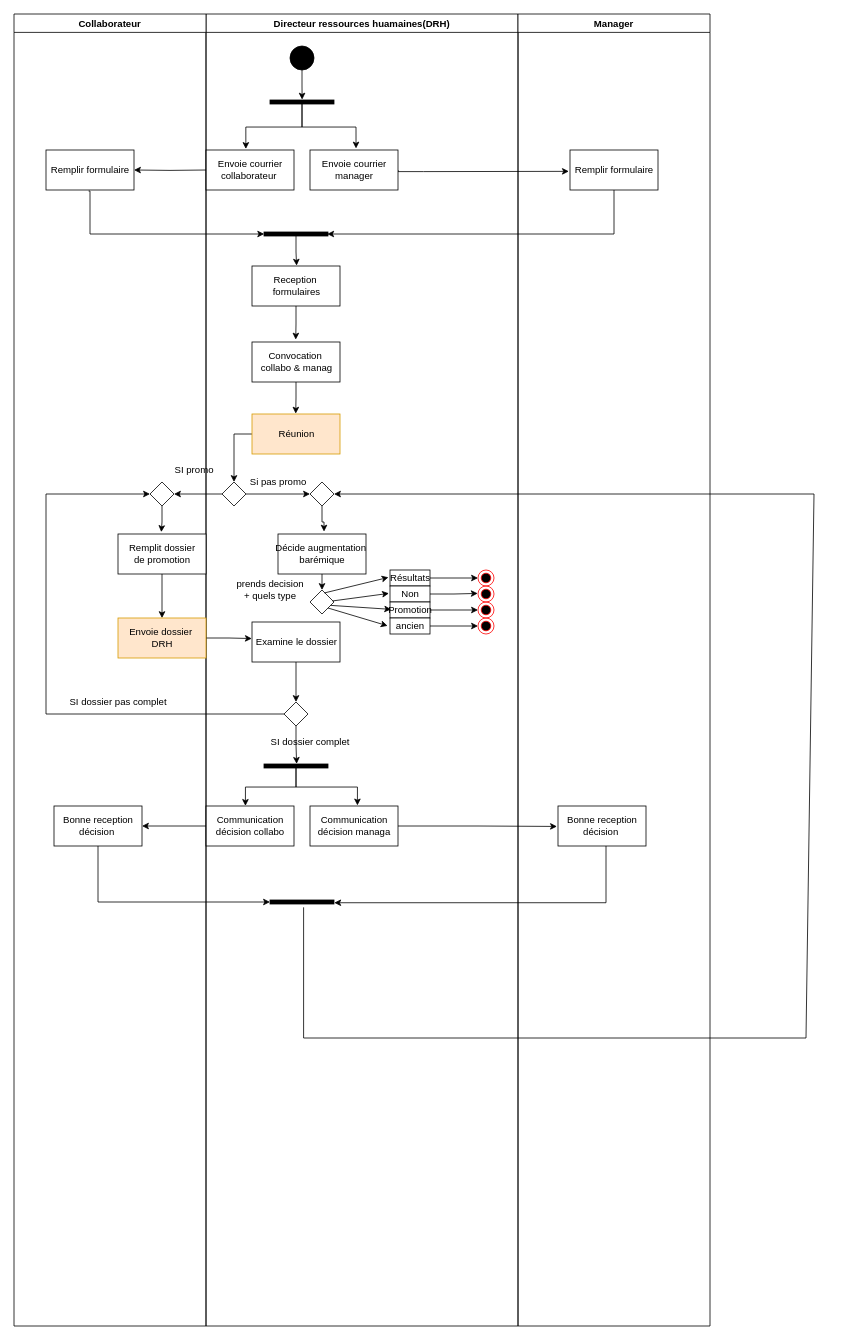
michaelnba23/Ichec keeps this draw.io diagram as page "GRH 2" (6 of 9) of Exo web AD.drawio. Above is the earlier version. Source tidied: cells renumbered, new cells numbered last; positions are measured from the earlier drawing's top-left corner, leaving out a move shared by most shapes. Both pictures are drawn from the tidied source at 80%, with x=0, y=0 at pixel (14, 14).
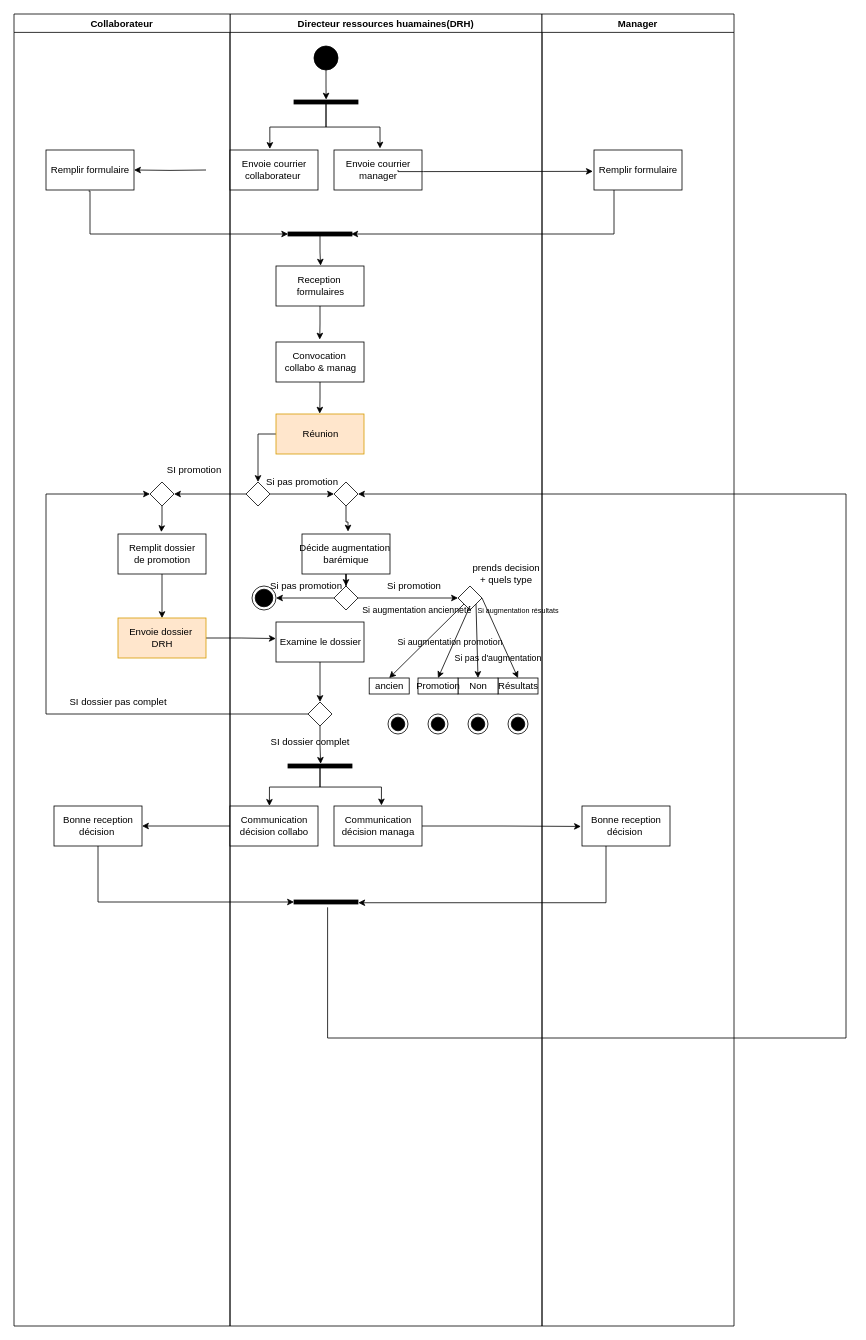
After the change.

Unchanged cells that the change refers to:
```xml
<mxCell id="21" style="html=1;points=[];perimeter=orthogonalPerimeter;fillColor=strokeColor;rotation=90;" parent="10" vertex="1">
  <mxGeometry x="110" y="235" width="5" height="80" as="geometry" />
</mxCell>
<mxCell id="30" value="Ex&lt;span style=&quot;white-space: pre;&quot;&gt;amine le dossier&lt;/span&gt;" style="html=1;" parent="10" vertex="1">
  <mxGeometry x="57.5" y="760" width="110" height="50" as="geometry" />
</mxCell>
<mxCell id="33" value="Communication&lt;br&gt;décision collabo" style="html=1;" parent="10" vertex="1">
  <mxGeometry y="990" width="110" height="50" as="geometry" />
</mxCell>
<mxCell id="34" value="Communication&lt;br&gt;décision managa" style="html=1;" parent="10" vertex="1">
  <mxGeometry x="130" y="990" width="110" height="50" as="geometry" />
</mxCell>
<mxCell id="38" style="html=1;points=[];perimeter=orthogonalPerimeter;fillColor=strokeColor;rotation=90;" parent="10" vertex="1">
  <mxGeometry x="117.5" y="1070" width="5" height="80" as="geometry" />
</mxCell>
<mxCell id="40" style="rhombus;" parent="10" vertex="1">
  <mxGeometry x="130" y="585" width="30" height="30" as="geometry" />
</mxCell>
<mxCell id="42" value="Décide augmentation&amp;nbsp;&lt;br&gt;barémique" style="html=1;" parent="10" vertex="1">
  <mxGeometry x="90" y="650" width="110" height="50" as="geometry" />
</mxCell>
<mxCell id="65" value="Remplir formulaire" style="html=1;" parent="64" vertex="1">
  <mxGeometry x="40" y="170" width="110" height="50" as="geometry" />
</mxCell>
<mxCell id="69" value="Envoie dossier&amp;nbsp;&lt;br&gt;DRH" style="html=1;fillColor=#ffe6cc;strokeColor=#d79b00;" parent="64" vertex="1">
  <mxGeometry x="130" y="755" width="110" height="50" as="geometry" />
</mxCell>
<mxCell id="73" value="Bonne reception&lt;br&gt;décision&amp;nbsp;" style="html=1;" parent="64" vertex="1">
  <mxGeometry x="50" y="990" width="110" height="50" as="geometry" />
</mxCell>
```

Diff of the diagram source:
```diff
@@
-    <mxCell id="2" style="edgeStyle=orthogonalEdgeStyle;rounded=0;jettySize=auto;html=1;entryX=0.5;entryY=1;entryDx=0;entryDy=0;entryPerimeter=0;" parent="1" edge="1" source="73" target="38">
-      <mxGeometry relative="1" as="geometry">
-        <Array as="points">
-          <mxPoint x="105" y="1110" />
-        </Array>
-      </mxGeometry>
-    </mxCell>
-    <mxCell id="3" style="edgeStyle=orthogonalEdgeStyle;rounded=0;jettySize=auto;html=1;entryX=0.687;entryY=-0.004;entryDx=0;entryDy=0;entryPerimeter=0;" parent="1" edge="1" source="63" target="38">
-      <mxGeometry relative="1" as="geometry">
-        <Array as="points">
-          <mxPoint x="740" y="1111" />
-        </Array>
-      </mxGeometry>
-    </mxCell>
-    <mxCell id="4" style="edgeStyle=orthogonalEdgeStyle;rounded=0;jettySize=auto;html=1;entryX=-0.012;entryY=0.511;entryDx=0;entryDy=0;entryPerimeter=0;" parent="1" edge="1" source="34" target="63">
-      <mxGeometry relative="1" as="geometry" />
-    </mxCell>
-    <mxCell id="5" style="edgeStyle=orthogonalEdgeStyle;rounded=0;jettySize=auto;html=1;entryX=1;entryY=0.5;entryDx=0;entryDy=0;entryPerimeter=0;" parent="1" edge="1" source="33" target="73">
-      <mxGeometry relative="1" as="geometry" />
-    </mxCell>
-    <mxCell id="6" style="edgeStyle=orthogonalEdgeStyle;rounded=0;jettySize=auto;html=1;entryX=-0.002;entryY=0.414;entryDx=0;entryDy=0;entryPerimeter=0;" parent="1" edge="1" source="69" target="30">
-      <mxGeometry relative="1" as="geometry" />
-    </mxCell>
-    <mxCell id="7" style="edgeStyle=orthogonalEdgeStyle;rounded=0;jettySize=auto;html=1;entryX=-0.013;entryY=0.534;entryDx=0;entryDy=0;entryPerimeter=0;" parent="1" edge="1" target="62">
-      <mxGeometry relative="1" as="geometry">
-        <mxPoint x="480" y="195" as="sourcePoint" />
-        <Array as="points">
-          <mxPoint x="480" y="197" />
-          <mxPoint x="512" y="197" />
-        </Array>
-      </mxGeometry>
-    </mxCell>
-    <mxCell id="8" style="edgeStyle=orthogonalEdgeStyle;rounded=0;jettySize=auto;html=1;entryX=1;entryY=0.5;entryDx=0;entryDy=0;entryPerimeter=0;" parent="1" edge="1" target="65">
-      <mxGeometry relative="1" as="geometry">
-        <mxPoint x="240" y="195" as="sourcePoint" />
-      </mxGeometry>
-    </mxCell>
-    <mxCell id="9" style="edgeStyle=orthogonalEdgeStyle;rounded=0;jettySize=auto;html=1;entryX=0.5;entryY=0.012;entryDx=0;entryDy=0;entryPerimeter=0;" parent="1" edge="1" source="62" target="21">
-      <mxGeometry relative="1" as="geometry">
-        <Array as="points">
-          <mxPoint x="750" y="275" />
-        </Array>
-      </mxGeometry>
-    </mxCell>
     <mxCell id="10" value="Directeur ressources huamaines(DRH)" style="swimlane;" parent="1" vertex="1">
-      <mxGeometry x="240" width="390" height="1640" as="geometry" />
+      <mxGeometry x="270" width="390" height="1640" as="geometry" />
     </mxCell>
@@
-    <mxCell id="28" value="Si pas promo" style="text;html=1;align=center;verticalAlign=middle;strokeColor=none;fillColor=none;" parent="10" vertex="1">
-      <mxGeometry x="45" y="570" width="90" height="30" as="geometry" />
+    <mxCell id="28" value="Si pas promotion" style="text;html=1;align=center;verticalAlign=middle;strokeColor=none;fillColor=none;" parent="10" vertex="1">
+      <mxGeometry x="35" y="570" width="110" height="30" as="geometry" />
     </mxCell>
@@
-    <mxCell id="41" style="edgeStyle=orthogonalEdgeStyle;rounded=0;jettySize=auto;html=1;entryX=0.521;entryY=-0.029;entryDx=0;entryDy=0;entryPerimeter=0;" parent="10" edge="1" source="42" target="44">
-      <mxGeometry relative="1" as="geometry" />
-    </mxCell>
+    <mxCell id="79" style="edgeStyle=orthogonalEdgeStyle;rounded=0;jettySize=auto;html=1;entryX=0.5;entryY=0;entryDx=0;entryDy=0;" parent="10" edge="1" source="42" target="82">
+      <mxGeometry relative="1" as="geometry" />
+    </mxCell>
@@
     <mxCell id="43" style="endArrow=classic;html=1;rounded=0;entryX=1;entryY=0.5;entryDx=0;entryDy=0;exitX=1.833;exitY=0.475;exitDx=0;exitDy=0;exitPerimeter=0;" parent="10" edge="1" source="38" target="40">
       <mxGeometry relative="1" as="geometry">
         <Array as="points">
           <mxPoint x="122" y="1280" />
-          <mxPoint x="750" y="1280" />
-          <mxPoint x="760" y="600" />
+          <mxPoint x="770" y="1280" />
+          <mxPoint x="770" y="600" />
         </Array>
       </mxGeometry>
     </mxCell>
     <mxCell id="44" style="rhombus;" parent="10" vertex="1">
-      <mxGeometry x="130" y="720" width="30" height="30" as="geometry" />
+      <mxGeometry x="285" y="715" width="30" height="30" as="geometry" />
     </mxCell>
-    <mxCell id="45" style="edgeStyle=orthogonalEdgeStyle;rounded=0;jettySize=auto;html=1;entryX=0;entryY=0.5;entryDx=0;entryDy=0;" parent="10" edge="1" source="46" target="57">
-      <mxGeometry relative="1" as="geometry" />
-    </mxCell>
     <mxCell id="46" value="Résultats" style="html=1;" parent="10" vertex="1">
-      <mxGeometry x="230" y="695" width="50" height="20" as="geometry" />
+      <mxGeometry x="335" y="830" width="50" height="20" as="geometry" />
     </mxCell>
-    <mxCell id="47" style="edgeStyle=orthogonalEdgeStyle;rounded=0;jettySize=auto;html=1;entryX=-0.017;entryY=0.463;entryDx=0;entryDy=0;entryPerimeter=0;" parent="10" edge="1" source="48" target="58">
-      <mxGeometry relative="1" as="geometry" />
-    </mxCell>
     <mxCell id="48" value="Non" style="html=1;" parent="10" vertex="1">
-      <mxGeometry x="230" y="715" width="50" height="20" as="geometry" />
+      <mxGeometry x="285" y="830" width="50" height="20" as="geometry" />
     </mxCell>
-    <mxCell id="49" style="edgeStyle=orthogonalEdgeStyle;rounded=0;jettySize=auto;html=1;entryX=0;entryY=0.5;entryDx=0;entryDy=0;" parent="10" edge="1" source="50" target="59">
-      <mxGeometry relative="1" as="geometry" />
-    </mxCell>
     <mxCell id="50" value="Promotion" style="html=1;" parent="10" vertex="1">
-      <mxGeometry x="230" y="735" width="50" height="20" as="geometry" />
+      <mxGeometry x="235" y="830" width="50" height="20" as="geometry" />
     </mxCell>
-    <mxCell id="51" style="edgeStyle=orthogonalEdgeStyle;rounded=0;jettySize=auto;html=1;entryX=0;entryY=0.5;entryDx=0;entryDy=0;" parent="10" edge="1" source="52" target="60">
-      <mxGeometry relative="1" as="geometry" />
-    </mxCell>
     <mxCell id="52" value="ancien" style="html=1;" parent="10" vertex="1">
-      <mxGeometry x="230" y="755" width="50" height="20" as="geometry" />
+      <mxGeometry x="174" y="830" width="50" height="20" as="geometry" />
     </mxCell>
+    <mxCell id="80" style="edgeStyle=orthogonalEdgeStyle;rounded=0;jettySize=auto;html=1;entryX=0;entryY=0.5;entryDx=0;entryDy=0;" parent="10" edge="1" source="82" target="44">
+      <mxGeometry relative="1" as="geometry" />
+    </mxCell>
+    <mxCell id="81" style="edgeStyle=orthogonalEdgeStyle;rounded=0;jettySize=auto;html=1;entryX=1;entryY=0.5;entryDx=0;entryDy=0;fontSize=11;" parent="10" edge="1" source="82" target="85">
+      <mxGeometry relative="1" as="geometry" />
+    </mxCell>
+    <mxCell id="82" style="rhombus;" parent="10" vertex="1">
+      <mxGeometry x="130" y="715" width="30" height="30" as="geometry" />
+    </mxCell>
+    <mxCell id="83" value="Si promotion" style="text;html=1;align=center;verticalAlign=middle;strokeColor=none;fillColor=none;" parent="10" vertex="1">
+      <mxGeometry x="185" y="700" width="90" height="30" as="geometry" />
+    </mxCell>
+    <mxCell id="84" value="Si pas promotion" style="text;html=1;align=center;verticalAlign=middle;strokeColor=none;fillColor=none;" parent="10" vertex="1">
+      <mxGeometry x="40" y="700" width="110" height="30" as="geometry" />
+    </mxCell>
+    <mxCell id="85" style="ellipse;html=1;shape=endState;fillColor=strokeColor;" parent="10" vertex="1">
+      <mxGeometry x="27.5" y="715" width="30" height="30" as="geometry" />
+    </mxCell>
+    <mxCell id="56" value="prends decision &lt;br&gt;+ quels type" style="text;html=1;align=center;verticalAlign=middle;strokeColor=none;fillColor=none;" parent="10" vertex="1">
+      <mxGeometry x="290" y="680" width="110" height="40" as="geometry" />
+    </mxCell>
+    <mxCell id="55" style="endArrow=classic;html=1;rounded=0;fontSize=11;entryX=0.5;entryY=0;entryDx=0;entryDy=0;exitX=0;exitY=1;exitDx=0;exitDy=0;" parent="10" edge="1" source="44" target="52">
+      <mxGeometry relative="1" as="geometry" />
+    </mxCell>
+    <mxCell id="86" style="endArrow=classic;html=1;rounded=0;fontSize=11;entryX=0.5;entryY=0;entryDx=0;entryDy=0;" parent="10" edge="1" target="50">
+      <mxGeometry relative="1" as="geometry">
+        <mxPoint x="300" y="740" as="sourcePoint" />
+      </mxGeometry>
+    </mxCell>
+    <mxCell id="87" style="endArrow=classic;html=1;rounded=0;fontSize=11;entryX=0.5;entryY=0;entryDx=0;entryDy=0;exitX=1;exitY=1;exitDx=0;exitDy=0;" parent="10" edge="1" source="44" target="48">
+      <mxGeometry relative="1" as="geometry" />
+    </mxCell>
-    <mxCell id="53" style="endArrow=classic;html=1;rounded=0;entryX=-0.038;entryY=0.461;entryDx=0;entryDy=0;entryPerimeter=0;exitX=0.604;exitY=0.122;exitDx=0;exitDy=0;exitPerimeter=0;" parent="10" edge="1" source="44" target="46">
+    <mxCell id="53" style="endArrow=classic;html=1;rounded=0;fontSize=11;entryX=0.5;entryY=0;entryDx=0;entryDy=0;exitX=1;exitY=0.5;exitDx=0;exitDy=0;" parent="10" edge="1" source="44" target="46">
       <mxGeometry relative="1" as="geometry" />
     </mxCell>
-    <mxCell id="54" style="endArrow=classic;html=1;rounded=0;entryX=0.029;entryY=0.461;entryDx=0;entryDy=0;entryPerimeter=0;exitX=0.863;exitY=0.641;exitDx=0;exitDy=0;exitPerimeter=0;" parent="10" edge="1" source="44" target="50">
-      <mxGeometry relative="1" as="geometry" />
-    </mxCell>
-    <mxCell id="55" style="endArrow=classic;html=1;rounded=0;entryX=-0.06;entryY=0.489;entryDx=0;entryDy=0;entryPerimeter=0;exitX=1;exitY=1;exitDx=0;exitDy=0;" parent="10" edge="1" source="44" target="52">
-      <mxGeometry relative="1" as="geometry" />
-    </mxCell>
-    <mxCell id="56" value="prends decision &lt;br&gt;+ quels type" style="text;html=1;align=center;verticalAlign=middle;strokeColor=none;fillColor=none;" parent="10" vertex="1">
-      <mxGeometry x="25" y="700" width="110" height="40" as="geometry" />
-    </mxCell>
-    <mxCell id="57" style="ellipse;html=1;shape=endState;fillColor=#000000;strokeColor=#ff0000;" parent="10" vertex="1">
-      <mxGeometry x="340" y="695" width="20" height="20" as="geometry" />
-    </mxCell>
-    <mxCell id="58" style="ellipse;html=1;shape=endState;fillColor=#000000;strokeColor=#ff0000;" parent="10" vertex="1">
-      <mxGeometry x="340" y="715" width="20" height="20" as="geometry" />
-    </mxCell>
-    <mxCell id="59" style="ellipse;html=1;shape=endState;fillColor=#000000;strokeColor=#ff0000;" parent="10" vertex="1">
-      <mxGeometry x="340" y="735" width="20" height="20" as="geometry" />
-    </mxCell>
-    <mxCell id="60" style="ellipse;html=1;shape=endState;fillColor=#000000;strokeColor=#ff0000;" parent="10" vertex="1">
-      <mxGeometry x="340" y="755" width="20" height="20" as="geometry" />
-    </mxCell>
-    <mxCell id="61" value="Manager" style="swimlane;" parent="1" vertex="1">
-      <mxGeometry x="630" width="240" height="1640" as="geometry" />
-    </mxCell>
-    <mxCell id="62" value="Remplir formulaire" style="html=1;" parent="61" vertex="1">
-      <mxGeometry x="65" y="170" width="110" height="50" as="geometry" />
-    </mxCell>
-    <mxCell id="63" value="Bonne reception&lt;br&gt;décision&amp;nbsp;" style="html=1;" parent="61" vertex="1">
-      <mxGeometry x="50" y="990" width="110" height="50" as="geometry" />
-    </mxCell>
+    <mxCell id="88" style="ellipse;html=1;shape=endState;fillColor=strokeColor;fontSize=11;" parent="10" vertex="1">
+      <mxGeometry x="197.5" y="875" width="25" height="25" as="geometry" />
+    </mxCell>
+    <mxCell id="89" style="ellipse;html=1;shape=endState;fillColor=strokeColor;fontSize=11;" parent="10" vertex="1">
+      <mxGeometry x="297.5" y="875" width="25" height="25" as="geometry" />
+    </mxCell>
+    <mxCell id="90" style="ellipse;html=1;shape=endState;fillColor=strokeColor;fontSize=11;" parent="10" vertex="1">
+      <mxGeometry x="247.5" y="875" width="25" height="25" as="geometry" />
+    </mxCell>
+    <mxCell id="91" style="ellipse;html=1;shape=endState;fillColor=strokeColor;fontSize=11;" parent="10" vertex="1">
+      <mxGeometry x="347.5" y="875" width="25" height="25" as="geometry" />
+    </mxCell>
+    <mxCell id="92" value="&lt;font style=&quot;font-size: 9px;&quot;&gt;Si augmentation résultats&lt;/font&gt;" style="text;html=1;align=center;verticalAlign=middle;strokeColor=none;fillColor=none;fontSize=11;" parent="10" vertex="1">
+      <mxGeometry x="295" y="730" width="130" height="30" as="geometry" />
+    </mxCell>
+    <mxCell id="93" value="Si pas d'augmentation" style="text;html=1;align=center;verticalAlign=middle;strokeColor=none;fillColor=none;fontSize=11;" parent="10" vertex="1">
+      <mxGeometry x="270" y="790" width="130" height="30" as="geometry" />
+    </mxCell>
+    <mxCell id="94" value="Si augmentation ancienneté&amp;nbsp;" style="text;html=1;align=center;verticalAlign=middle;strokeColor=none;fillColor=none;fontSize=11;" parent="10" vertex="1">
+      <mxGeometry x="155" y="730" width="160" height="30" as="geometry" />
+    </mxCell>
+    <mxCell id="95" value="Si augmentation promotion" style="text;html=1;align=center;verticalAlign=middle;strokeColor=none;fillColor=none;fontSize=11;" parent="10" vertex="1">
+      <mxGeometry x="200" y="770" width="150" height="30" as="geometry" />
+    </mxCell>
+    <mxCell id="2" style="edgeStyle=orthogonalEdgeStyle;rounded=0;jettySize=auto;html=1;entryX=0.5;entryY=1;entryDx=0;entryDy=0;entryPerimeter=0;" parent="1" edge="1" source="73" target="38">
+      <mxGeometry relative="1" as="geometry">
+        <Array as="points">
+          <mxPoint x="105" y="1110" />
+        </Array>
+      </mxGeometry>
+    </mxCell>
+    <mxCell id="3" style="edgeStyle=orthogonalEdgeStyle;rounded=0;jettySize=auto;html=1;entryX=0.687;entryY=-0.004;entryDx=0;entryDy=0;entryPerimeter=0;" parent="1" edge="1" source="63" target="38">
+      <mxGeometry relative="1" as="geometry">
+        <Array as="points">
+          <mxPoint x="740" y="1111" />
+        </Array>
+      </mxGeometry>
+    </mxCell>
+    <mxCell id="4" style="edgeStyle=orthogonalEdgeStyle;rounded=0;jettySize=auto;html=1;entryX=-0.012;entryY=0.511;entryDx=0;entryDy=0;entryPerimeter=0;" parent="1" edge="1" source="34" target="63">
+      <mxGeometry relative="1" as="geometry" />
+    </mxCell>
+    <mxCell id="5" style="edgeStyle=orthogonalEdgeStyle;rounded=0;jettySize=auto;html=1;entryX=1;entryY=0.5;entryDx=0;entryDy=0;entryPerimeter=0;" parent="1" edge="1" source="33" target="73">
+      <mxGeometry relative="1" as="geometry" />
+    </mxCell>
+    <mxCell id="6" style="edgeStyle=orthogonalEdgeStyle;rounded=0;jettySize=auto;html=1;entryX=-0.002;entryY=0.414;entryDx=0;entryDy=0;entryPerimeter=0;" parent="1" edge="1" source="69" target="30">
+      <mxGeometry relative="1" as="geometry" />
+    </mxCell>
+    <mxCell id="7" style="edgeStyle=orthogonalEdgeStyle;rounded=0;jettySize=auto;html=1;entryX=-0.013;entryY=0.534;entryDx=0;entryDy=0;entryPerimeter=0;" parent="1" edge="1" target="62">
+      <mxGeometry relative="1" as="geometry">
+        <mxPoint x="480" y="195" as="sourcePoint" />
+        <Array as="points">
+          <mxPoint x="480" y="197" />
+          <mxPoint x="512" y="197" />
+        </Array>
+      </mxGeometry>
+    </mxCell>
+    <mxCell id="8" style="edgeStyle=orthogonalEdgeStyle;rounded=0;jettySize=auto;html=1;entryX=1;entryY=0.5;entryDx=0;entryDy=0;entryPerimeter=0;" parent="1" edge="1" target="65">
+      <mxGeometry relative="1" as="geometry">
+        <mxPoint x="240" y="195" as="sourcePoint" />
+      </mxGeometry>
+    </mxCell>
+    <mxCell id="9" style="edgeStyle=orthogonalEdgeStyle;rounded=0;jettySize=auto;html=1;entryX=0.5;entryY=0.012;entryDx=0;entryDy=0;entryPerimeter=0;" parent="1" edge="1" source="62" target="21">
+      <mxGeometry relative="1" as="geometry">
+        <Array as="points">
+          <mxPoint x="750" y="275" />
+        </Array>
+      </mxGeometry>
+    </mxCell>
     <mxCell id="64" value="Collaborateur" style="swimlane;" parent="1" vertex="1">
-      <mxGeometry width="240" height="1640" as="geometry" />
+      <mxGeometry width="270" height="1640" as="geometry" />
     </mxCell>
@@
-    <mxCell id="68" value="SI promo" style="text;html=1;align=center;verticalAlign=middle;strokeColor=none;fillColor=none;" parent="64" vertex="1">
-      <mxGeometry x="190" y="555" width="70" height="30" as="geometry" />
+    <mxCell id="68" value="SI promotion" style="text;html=1;align=center;verticalAlign=middle;strokeColor=none;fillColor=none;" parent="64" vertex="1">
+      <mxGeometry x="180" y="555" width="90" height="30" as="geometry" />
     </mxCell>
@@
-    <mxCell id="78" style="endArrow=classic;html=1;rounded=0;entryX=-0.027;entryY=0.461;entryDx=0;entryDy=0;entryPerimeter=0;exitX=0.604;exitY=0.122;exitDx=0;exitDy=0;exitPerimeter=0;" parent="1" edge="1" target="48">
-      <mxGeometry relative="1" as="geometry">
-        <mxPoint x="398.1" y="733.7" as="sourcePoint" />
-      </mxGeometry>
-    </mxCell>
+    <mxCell id="61" value="Manager" style="swimlane;" parent="1" vertex="1">
+      <mxGeometry x="660" width="240" height="1640" as="geometry" />
+    </mxCell>
+    <mxCell id="62" value="Remplir formulaire" style="html=1;" parent="61" vertex="1">
+      <mxGeometry x="65" y="170" width="110" height="50" as="geometry" />
+    </mxCell>
+    <mxCell id="63" value="Bonne reception&lt;br&gt;décision&amp;nbsp;" style="html=1;" parent="61" vertex="1">
+      <mxGeometry x="50" y="990" width="110" height="50" as="geometry" />
+    </mxCell>
```
